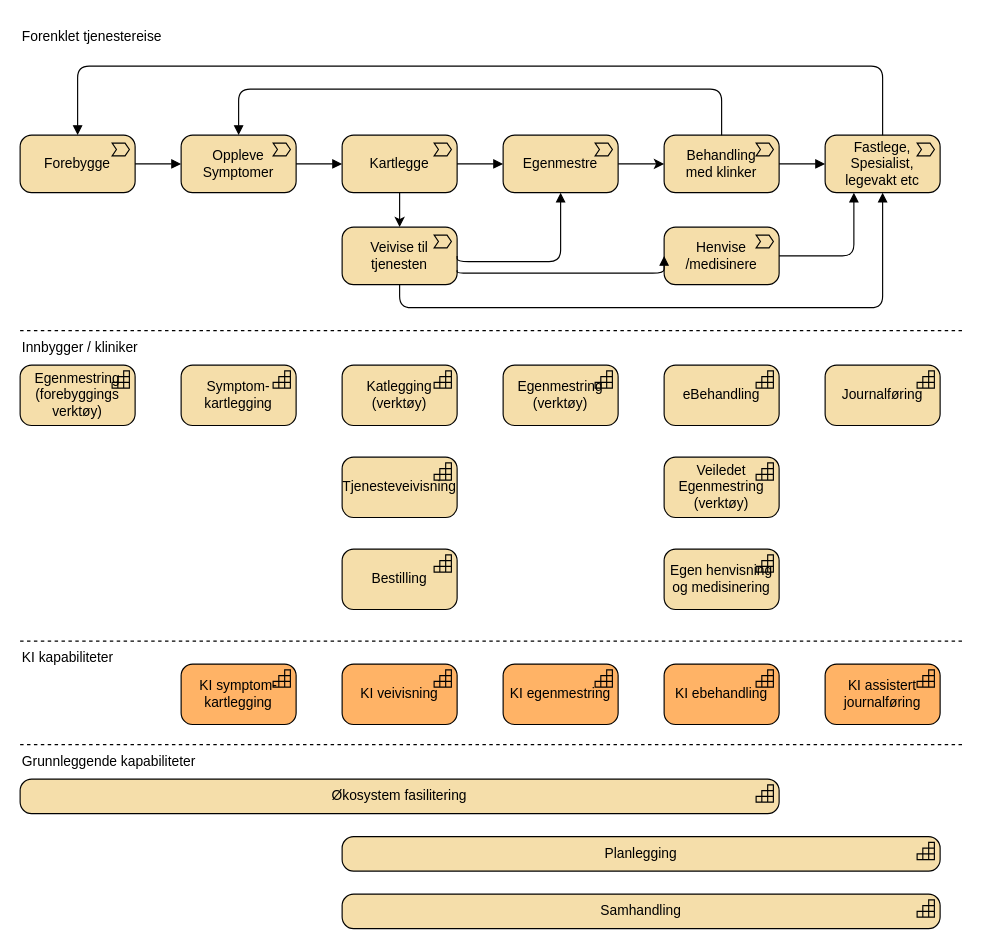
Above: page "Verdikjede-overordnet" (1 of 3) of docs/interessent/value-chain.drawio in hdir/Digital-Forstelinje (draw.io), before the change. Source tidied: cells renumbered, new cells numbered last; positions are measured from the earlier drawing's top-left corner, leaving out a move shared by most shapes. Both pictures are drawn from the tidied source at 115%, with x=0, y=0 at pixel (20, 20).
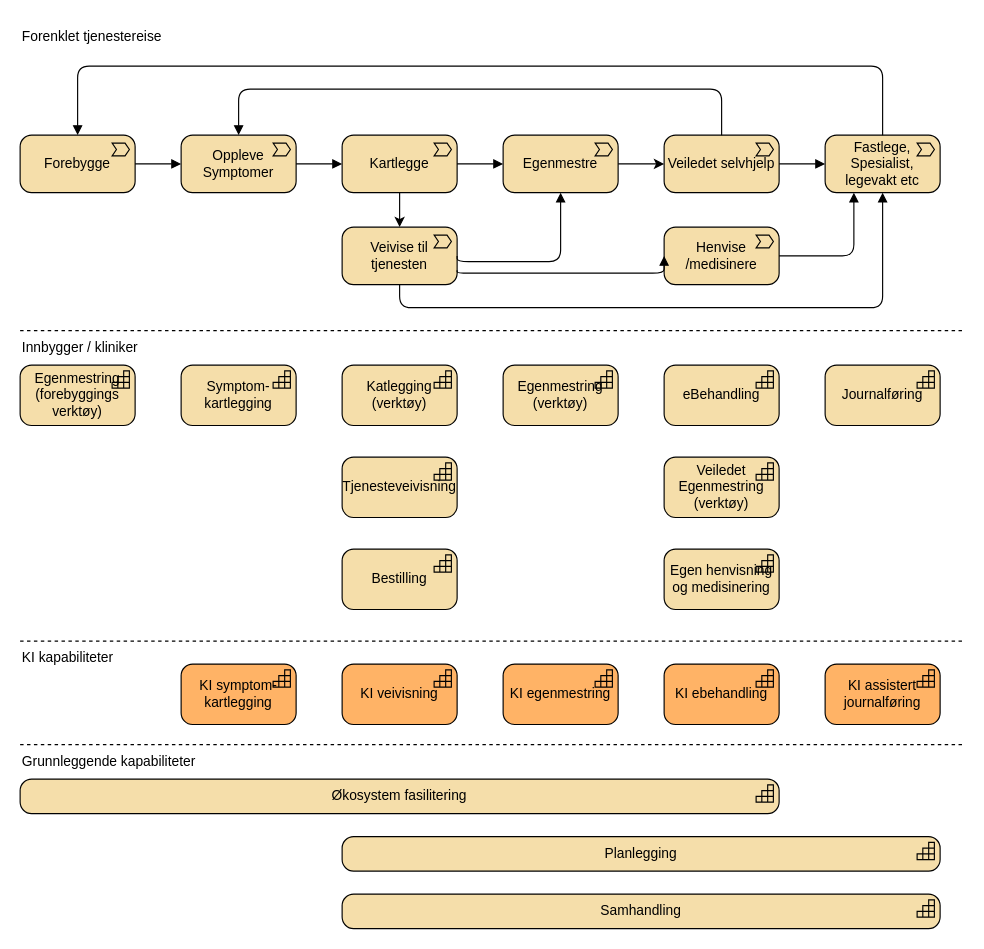
The same diagram, later.

Diff of the diagram source:
```diff
@@
-    <mxCell id="8" value="Behandling&lt;div&gt;med klinker&lt;/div&gt;" style="html=1;outlineConnect=0;whiteSpace=wrap;fillColor=#F5DEAA;shape=mxgraph.archimate3.application;appType=valueStream;archiType=rounded;" parent="1" vertex="1">
+    <mxCell id="8" value="Veiledet selvhjelp" style="html=1;outlineConnect=0;whiteSpace=wrap;fillColor=#F5DEAA;shape=mxgraph.archimate3.application;appType=valueStream;archiType=rounded;" parent="1" vertex="1">
       <mxGeometry x="560" y="100" width="100" height="50" as="geometry" />
     </mxCell>
```
